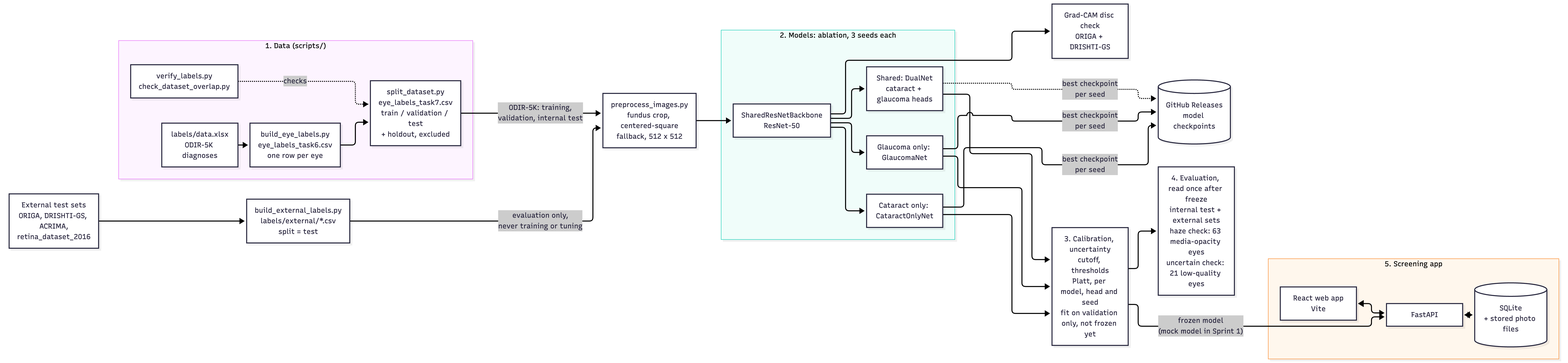
bhoamikhona/F2026-Team1 keeps this Mermaid diagram as documents/architecture_diagrams/Conceptual_Diagram.png. Above is the earlier version. Its source is kept beside it as documents/architecture_diagrams/Conceptual_Diagram.mmd.
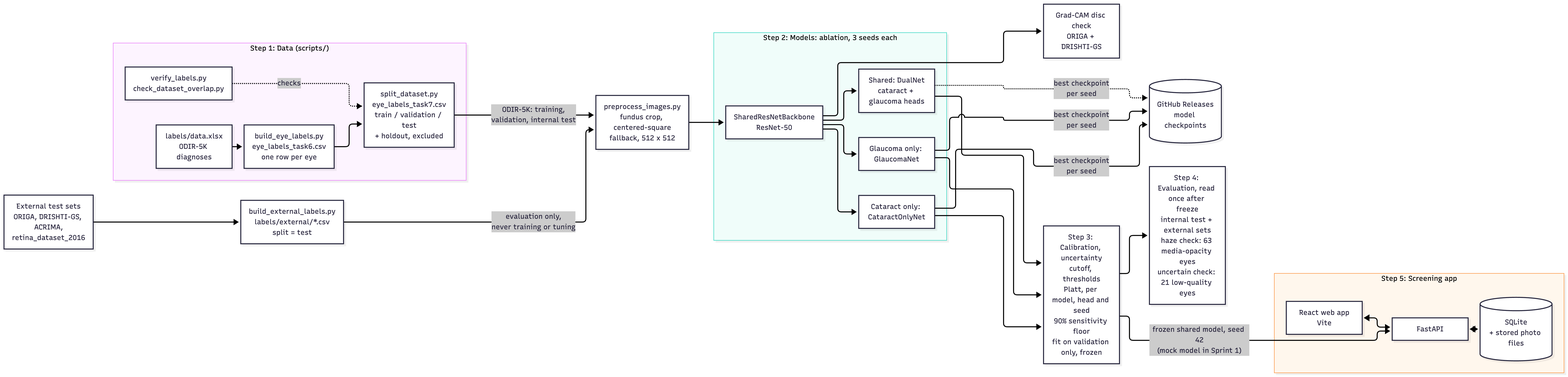
The same file after the commit.

Commit message:
Update architecture diagram: calibration frozen, seed 42 in the app

Change to the diagram source:
```diff
@@ -1,5 +1,5 @@
 flowchart LR
-  subgraph DATA["1. Data (scripts/)"]
+  subgraph DATA["Step 1: Data (scripts/)"]
     XLSX["labels/data.xlsx<br/>ODIR-5K diagnoses"] --> LAB["build_eye_labels.py<br/>eye_labels_task6.csv<br/>one row per eye"]
     LAB --> SPL["split_dataset.py<br/>eye_labels_task7.csv<br/>train / validation / test<br/>+ holdout, excluded"]
     CHK["verify_labels.py<br/>check_dataset_overlap.py"] -. checks .-> SPL
@@ -7,7 +7,7 @@
   EXT["External test sets<br/>ORIGA, DRISHTI-GS, ACRIMA,<br/>retina_dataset_2016"] --> EXTLAB["build_external_labels.py<br/>labels/external/*.csv<br/>split = test"]
   SPL -- "ODIR-5K: training,<br/>validation, internal test" --> PRE["preprocess_images.py<br/>fundus crop, centered-square<br/>fallback, 512 x 512"]
   EXTLAB -- "evaluation only,<br/>never training or tuning" --> PRE
-  subgraph MODEL["2. Models: ablation, 3 seeds each"]
+  subgraph MODEL["Step 2: Models: ablation, 3 seeds each"]
     BB["SharedResNetBackbone<br/>ResNet-50"]
     BB --> SH["Shared: DualNet<br/>cataract + glaucoma heads"]
     BB --> GO["Glaucoma only: GlaucomaNet"]
@@ -18,13 +18,13 @@
   SH -. "best checkpoint<br/>per seed" .-> REL
   GO -. "best checkpoint<br/>per seed" .-> REL
   CO -. "best checkpoint<br/>per seed" .-> REL
-  SH --> CAL["3. Calibration, uncertainty<br/>cutoff, thresholds<br/>Platt, per model, head and seed<br/>fit on validation only, not frozen yet"]
+  SH --> CAL["Step 3: Calibration, uncertainty<br/>cutoff, thresholds<br/>Platt, per model, head and seed<br/>90% sensitivity floor<br/>fit on validation only, frozen"]
   GO --> CAL
   CO --> CAL
-  CAL --> EVAL["4. Evaluation, read once after freeze<br/>internal test + external sets<br/>haze check: 63 media-opacity eyes<br/>uncertain check: 21 low-quality eyes"]
+  CAL --> EVAL["Step 4: Evaluation, read once after freeze<br/>internal test + external sets<br/>haze check: 63 media-opacity eyes<br/>uncertain check: 21 low-quality eyes"]
   BB --> GC["Grad-CAM disc check<br/>ORIGA + DRISHTI-GS"]
-  subgraph APP["5. Screening app"]
+  subgraph APP["Step 5: Screening app"]
     UI["React web app<br/>Vite"] <--> API["FastAPI"]
     API <--> DB[("SQLite<br/>+ stored photo files")]
   end
-  CAL -- "frozen model<br/>(mock model in Sprint 1)" --> API
+  CAL -- "frozen shared model, seed 42<br/>(mock model in Sprint 1)" --> API
```
